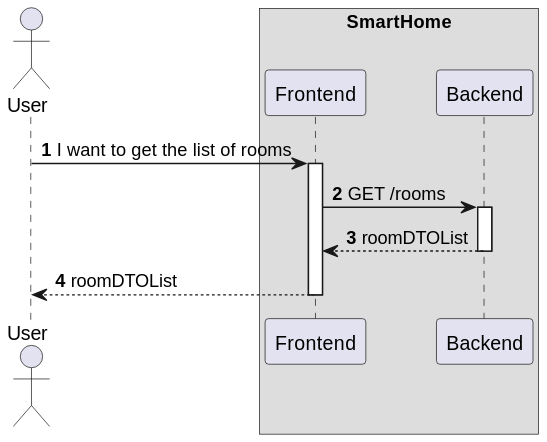
This is docs/ooa/C4_4plus1_models/Level2/ProcessView/ProcessViewLevel2_UC21.svg from olivDiogo/SmartHome, a PlantUML export, as it was before one commit. Its diagram source:
```plantuml
@startuml
!pragma layout smetana

autonumber

actor "User" as User


box "SmartHome"
    participant "Frontend" as FE
    participant "Backend" as SV
end box

User -> FE : I want to get the list of rooms
activate FE

FE -> SV : GET /rooms
activate SV

SV --> FE : roomDTOList
deactivate SV

FE --> User : roomDTOList
deactivate FE
@enduml
```
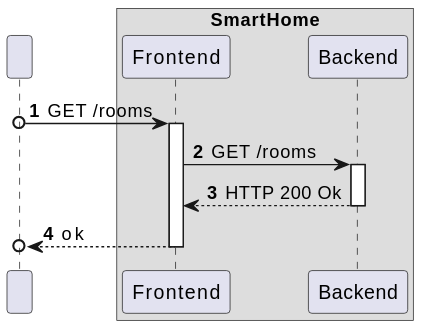
The same diagram one commit later.

Commit message:
#518 fix: update process view level 2 for US19 and UC 21

Diff of the diagram source:
```diff
@@ -3,7 +3,7 @@
 
 autonumber
 
-actor "User" as User
+participant " " as User
 
 
 box "SmartHome"
@@ -11,15 +11,15 @@
     participant "Backend" as SV
 end box
 
-User -> FE : I want to get the list of rooms
+User o-> FE : GET /rooms
 activate FE
 
 FE -> SV : GET /rooms
 activate SV
 
-SV --> FE : roomDTOList
+SV --> FE : HTTP 200 Ok
 deactivate SV
 
-FE --> User : roomDTOList
+FE -->o User : ok
 deactivate FE
 @enduml
```
